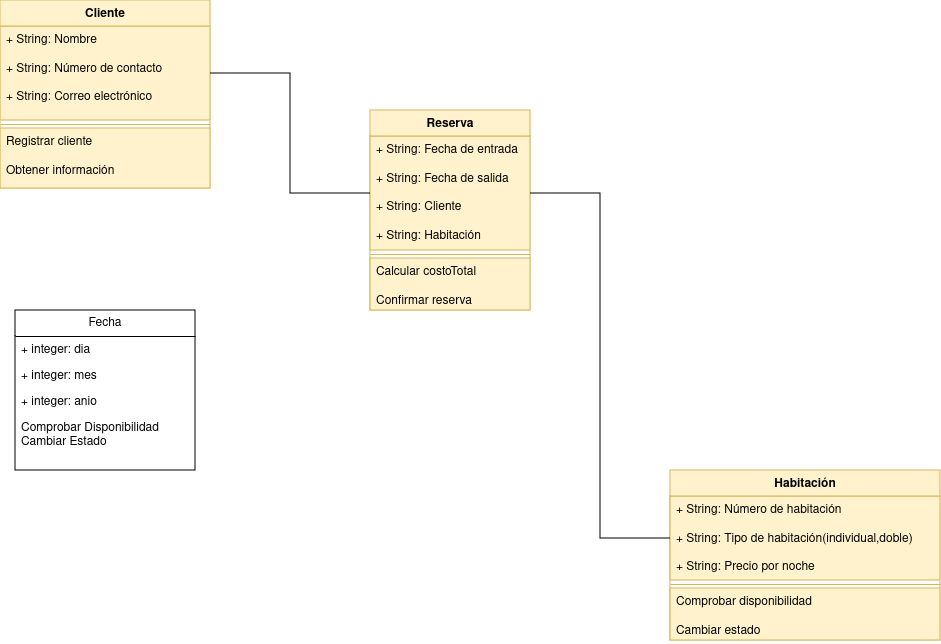
This is Sistemas Reservas de hoteles.drawio.png from Santyew/Ejercicios-realizaci-n-del-diagrama-de-clases, a draw.io export, as it was before one commit. Source tidied: cells renumbered, new cells last; positions are measured from the earlier drawing's top-left corner, leaving out a move shared by most shapes.
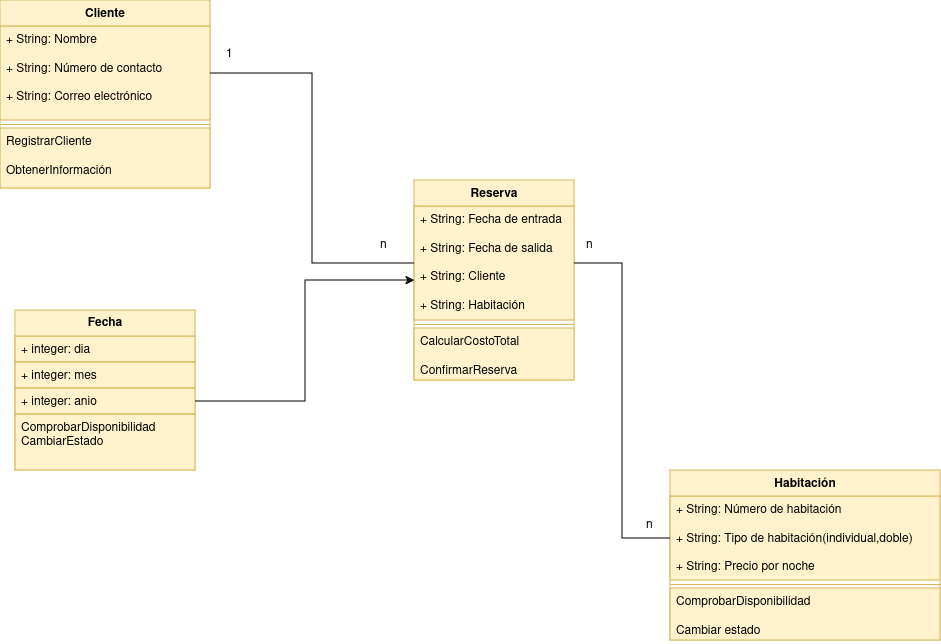
After the commit.

Change to the diagram source:
```diff
@@ -11,7 +11,7 @@
     <mxCell id="4" style="line;strokeWidth=1;fillColor=#fff2cc;align=left;verticalAlign=middle;spacingTop=-1;spacingLeft=3;spacingRight=3;labelPosition=right;strokeColor=#d6b656;" parent="2" vertex="1">
       <mxGeometry y="120" width="210" height="8" as="geometry" />
     </mxCell>
-    <mxCell id="5" value="&lt;div&gt;Registrar cliente&lt;/div&gt;&lt;div&gt;&lt;br&gt;&lt;/div&gt;&lt;div&gt;Obtener información&lt;br&gt;&lt;/div&gt;" style="text;strokeColor=#d6b656;fillColor=#fff2cc;align=left;verticalAlign=top;spacingLeft=4;spacingRight=4;overflow=hidden;whiteSpace=wrap;html=1;" parent="2" vertex="1">
+    <mxCell id="5" value="&lt;div&gt;RegistrarCliente&lt;/div&gt;&lt;div&gt;&lt;br&gt;&lt;/div&gt;&lt;div&gt;ObtenerInformación&lt;br&gt;&lt;/div&gt;" style="text;strokeColor=#d6b656;fillColor=#fff2cc;align=left;verticalAlign=top;spacingLeft=4;spacingRight=4;overflow=hidden;whiteSpace=wrap;html=1;" parent="2" vertex="1">
       <mxGeometry y="128" width="210" height="60" as="geometry" />
     </mxCell>
     <mxCell id="6" value="Habitación" style="swimlane;fontStyle=1;align=center;verticalAlign=top;horizontal=1;startSize=26;whiteSpace=wrap;html=1;fillColor=#fff2cc;strokeColor=#d6b656;" parent="1" vertex="1">
@@ -23,11 +23,11 @@
     <mxCell id="8" style="line;strokeWidth=1;fillColor=none;align=left;verticalAlign=middle;spacingTop=-1;spacingLeft=3;spacingRight=3;labelPosition=right;strokeColor=inherit;" parent="6" vertex="1">
       <mxGeometry y="110" width="270" height="8" as="geometry" />
     </mxCell>
-    <mxCell id="9" value="&lt;div&gt;Comprobar disponibilidad&lt;/div&gt;&lt;div&gt;&lt;br&gt;&lt;/div&gt;&lt;div&gt;Cambiar estado&lt;br&gt;&lt;/div&gt;&lt;div&gt;&lt;br&gt;&lt;/div&gt;" style="text;strokeColor=#d6b656;fillColor=#fff2cc;align=left;verticalAlign=top;spacingLeft=4;spacingRight=4;overflow=hidden;whiteSpace=wrap;html=1;" parent="6" vertex="1">
+    <mxCell id="9" value="&lt;div&gt;ComprobarDisponibilidad&lt;/div&gt;&lt;div&gt;&lt;br&gt;&lt;/div&gt;&lt;div&gt;Cambiar estado&lt;br&gt;&lt;/div&gt;&lt;div&gt;&lt;br&gt;&lt;/div&gt;" style="text;strokeColor=#d6b656;fillColor=#fff2cc;align=left;verticalAlign=top;spacingLeft=4;spacingRight=4;overflow=hidden;whiteSpace=wrap;html=1;" parent="6" vertex="1">
       <mxGeometry y="118" width="270" height="52" as="geometry" />
     </mxCell>
     <mxCell id="10" value="Reserva" style="swimlane;fontStyle=1;align=center;verticalAlign=top;horizontal=1;startSize=26;whiteSpace=wrap;html=1;fillColor=#fff2cc;strokeColor=#d6b656;" parent="1" vertex="1">
-      <mxGeometry x="370" y="110" width="160" height="200" as="geometry" />
+      <mxGeometry x="414" y="180" width="160" height="200" as="geometry" />
     </mxCell>
     <mxCell id="11" value="&lt;div&gt;+ String: Fecha de entrada&lt;/div&gt;&lt;div&gt;&lt;br&gt;&lt;/div&gt;&lt;div&gt;+ String: Fecha de salida&lt;/div&gt;&lt;div&gt;&lt;br&gt;&lt;/div&gt;&lt;div&gt;+ String: Cliente&lt;/div&gt;&lt;div&gt;&lt;br&gt;&lt;/div&gt;&lt;div&gt;+ String: Habitación&lt;br&gt;&lt;/div&gt;" style="text;strokeColor=#d6b656;fillColor=#fff2cc;align=left;verticalAlign=top;spacingLeft=4;spacingRight=4;overflow=hidden;points=[[0,0.5],[1,0.5]];portConstraint=eastwest;whiteSpace=wrap;html=1;" parent="10" vertex="1">
       <mxGeometry y="26" width="160" height="114" as="geometry" />
@@ -35,7 +35,7 @@
     <mxCell id="12" style="line;strokeWidth=1;fillColor=none;align=left;verticalAlign=middle;spacingTop=-1;spacingLeft=3;spacingRight=3;labelPosition=right;strokeColor=inherit;" parent="10" vertex="1">
       <mxGeometry y="140" width="160" height="8" as="geometry" />
     </mxCell>
-    <mxCell id="13" value="&lt;div&gt;Calcular costoTotal&lt;/div&gt;&lt;div&gt;&lt;br&gt;&lt;/div&gt;&lt;div&gt;Confirmar reserva&lt;br&gt;&lt;/div&gt;&lt;div&gt;&lt;br&gt;&lt;/div&gt;" style="text;strokeColor=#d6b656;fillColor=#fff2cc;align=left;verticalAlign=top;spacingLeft=4;spacingRight=4;overflow=hidden;whiteSpace=wrap;html=1;" parent="10" vertex="1">
+    <mxCell id="13" value="&lt;div&gt;CalcularCostoTotal&lt;/div&gt;&lt;div&gt;&lt;br&gt;&lt;/div&gt;&lt;div&gt;ConfirmarReserva&lt;br&gt;&lt;/div&gt;&lt;div&gt;&lt;br&gt;&lt;/div&gt;" style="text;strokeColor=#d6b656;fillColor=#fff2cc;align=left;verticalAlign=top;spacingLeft=4;spacingRight=4;overflow=hidden;whiteSpace=wrap;html=1;" parent="10" vertex="1">
       <mxGeometry y="148" width="160" height="52" as="geometry" />
     </mxCell>
     <mxCell id="14" style="edgeStyle=orthogonalEdgeStyle;rounded=0;jettySize=auto;html=1;entryX=0;entryY=0.5;entryDx=0;entryDy=0;endArrow=none;endFill=0;" parent="1" edge="1" source="11" target="7">
@@ -44,20 +44,40 @@
     <mxCell id="15" style="edgeStyle=orthogonalEdgeStyle;rounded=0;jettySize=auto;html=1;entryX=0;entryY=0.5;entryDx=0;entryDy=0;endArrow=none;endFill=0;" parent="1" edge="1" source="3" target="11">
       <mxGeometry relative="1" as="geometry" />
     </mxCell>
-    <mxCell id="16" value="Fecha" style="swimlane;fontStyle=0;horizontal=1;startSize=26;fillColor=none;whiteSpace=wrap;html=1;" parent="1" vertex="1">
+    <mxCell id="16" value="&lt;b&gt;Fecha&lt;/b&gt;" style="swimlane;fontStyle=0;horizontal=1;startSize=26;fillColor=#fff2cc;whiteSpace=wrap;html=1;strokeColor=#d6b656;" parent="1" vertex="1">
       <mxGeometry x="15" y="310" width="180" height="160" as="geometry" />
     </mxCell>
-    <mxCell id="17" value="+ integer: dia" style="text;strokeColor=none;fillColor=none;align=left;verticalAlign=top;spacingLeft=4;spacingRight=4;overflow=hidden;whiteSpace=wrap;html=1;" parent="16" vertex="1">
+    <mxCell id="17" value="+ integer: dia" style="text;strokeColor=#d6b656;fillColor=#fff2cc;align=left;verticalAlign=top;spacingLeft=4;spacingRight=4;overflow=hidden;whiteSpace=wrap;html=1;" parent="16" vertex="1">
       <mxGeometry y="26" width="180" height="26" as="geometry" />
     </mxCell>
-    <mxCell id="18" value="+ integer: mes" style="text;strokeColor=none;fillColor=none;align=left;verticalAlign=top;spacingLeft=4;spacingRight=4;overflow=hidden;whiteSpace=wrap;html=1;" parent="16" vertex="1">
+    <mxCell id="18" value="+ integer: mes" style="text;strokeColor=#d6b656;fillColor=#fff2cc;align=left;verticalAlign=top;spacingLeft=4;spacingRight=4;overflow=hidden;whiteSpace=wrap;html=1;" parent="16" vertex="1">
       <mxGeometry y="52" width="180" height="26" as="geometry" />
     </mxCell>
-    <mxCell id="19" value="+ integer: anio" style="text;strokeColor=none;fillColor=none;align=left;verticalAlign=top;spacingLeft=4;spacingRight=4;overflow=hidden;points=[[0,0.5],[1,0.5]];portConstraint=eastwest;whiteSpace=wrap;html=1;" parent="16" vertex="1">
+    <mxCell id="19" value="+ integer: anio" style="text;strokeColor=#d6b656;fillColor=#fff2cc;align=left;verticalAlign=top;spacingLeft=4;spacingRight=4;overflow=hidden;points=[[0,0.5],[1,0.5]];portConstraint=eastwest;whiteSpace=wrap;html=1;" parent="16" vertex="1">
       <mxGeometry y="78" width="180" height="26" as="geometry" />
     </mxCell>
-    <mxCell id="20" value="&lt;div&gt;Comprobar Disponibilidad&lt;/div&gt;&lt;div&gt;Cambiar Estado&lt;br&gt;&lt;/div&gt;" style="text;strokeColor=none;fillColor=none;align=left;verticalAlign=top;spacingLeft=4;spacingRight=4;overflow=hidden;whiteSpace=wrap;html=1;" parent="16" vertex="1">
+    <mxCell id="20" value="&lt;div&gt;ComprobarDisponibilidad&lt;/div&gt;&lt;div&gt;CambiarEstado&lt;br&gt;&lt;/div&gt;" style="text;strokeColor=#d6b656;fillColor=#fff2cc;align=left;verticalAlign=top;spacingLeft=4;spacingRight=4;overflow=hidden;whiteSpace=wrap;html=1;" parent="16" vertex="1">
       <mxGeometry y="104" width="180" height="56" as="geometry" />
     </mxCell>
+    <mxCell id="21" style="edgeStyle=orthogonalEdgeStyle;rounded=0;jettySize=auto;html=1;" parent="1" edge="1" source="19" target="11">
+      <mxGeometry relative="1" as="geometry">
+        <Array as="points">
+          <mxPoint x="305" y="401" />
+          <mxPoint x="305" y="280" />
+        </Array>
+      </mxGeometry>
+    </mxCell>
+    <mxCell id="22" value="1" style="text;strokeColor=none;fillColor=none;align=left;verticalAlign=top;spacingLeft=4;spacingRight=4;overflow=hidden;whiteSpace=wrap;html=1;" parent="1" vertex="1">
+      <mxGeometry x="220" y="40" width="20" height="26" as="geometry" />
+    </mxCell>
+    <mxCell id="23" value="n" style="text;strokeColor=none;fillColor=none;align=left;verticalAlign=middle;spacingLeft=4;spacingRight=4;overflow=hidden;whiteSpace=wrap;html=1;" parent="1" vertex="1">
+      <mxGeometry x="374" y="230" width="26" height="30" as="geometry" />
+    </mxCell>
+    <mxCell id="24" value="n" style="text;strokeColor=none;fillColor=none;align=left;verticalAlign=middle;spacingLeft=4;spacingRight=4;overflow=hidden;whiteSpace=wrap;html=1;" parent="1" vertex="1">
+      <mxGeometry x="580" y="230" width="26" height="30" as="geometry" />
+    </mxCell>
+    <mxCell id="25" value="n" style="text;strokeColor=none;fillColor=none;align=left;verticalAlign=middle;spacingLeft=4;spacingRight=4;overflow=hidden;whiteSpace=wrap;html=1;" parent="1" vertex="1">
+      <mxGeometry x="640" y="510" width="26" height="30" as="geometry" />
+    </mxCell>
   </root>
 </mxGraphModel>
```
